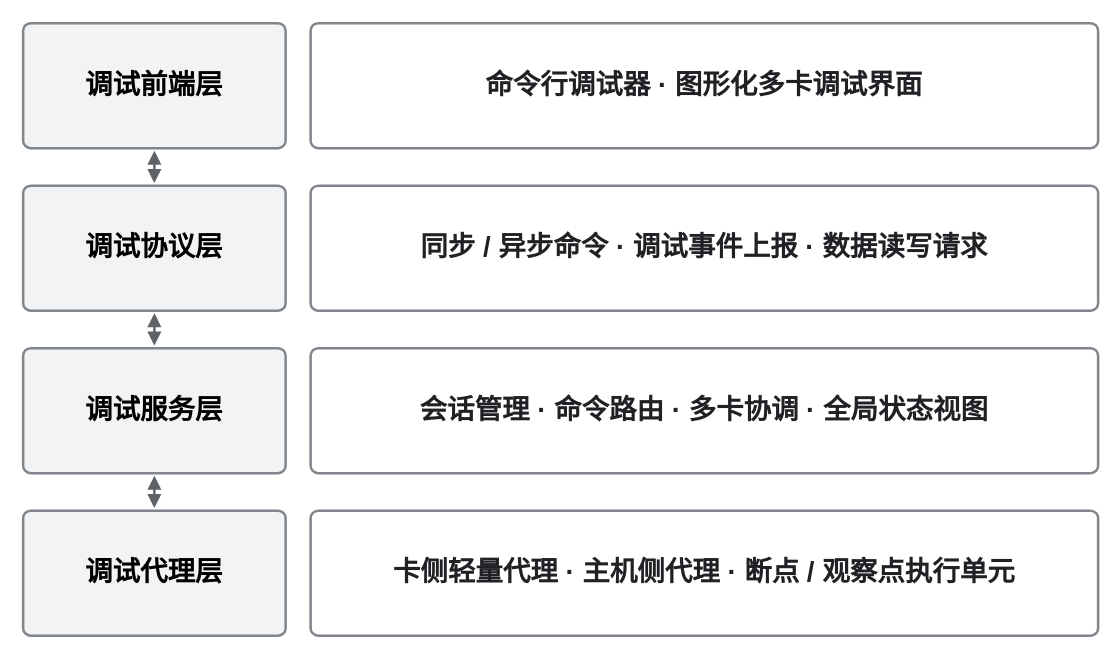
HanxuLiu/drawio-files keeps this draw.io diagram as page "调试工具模块分层结构" (4 of 7) of A3超节点设计方案插图.drawio. Above is the earlier version. Source tidied: cells renumbered, new cells numbered last; positions are measured from the earlier drawing's top-left corner, leaving out a move shared by most shapes. Both pictures are drawn from the tidied source at 125%, with x=0, y=0 at pixel (22, 22).
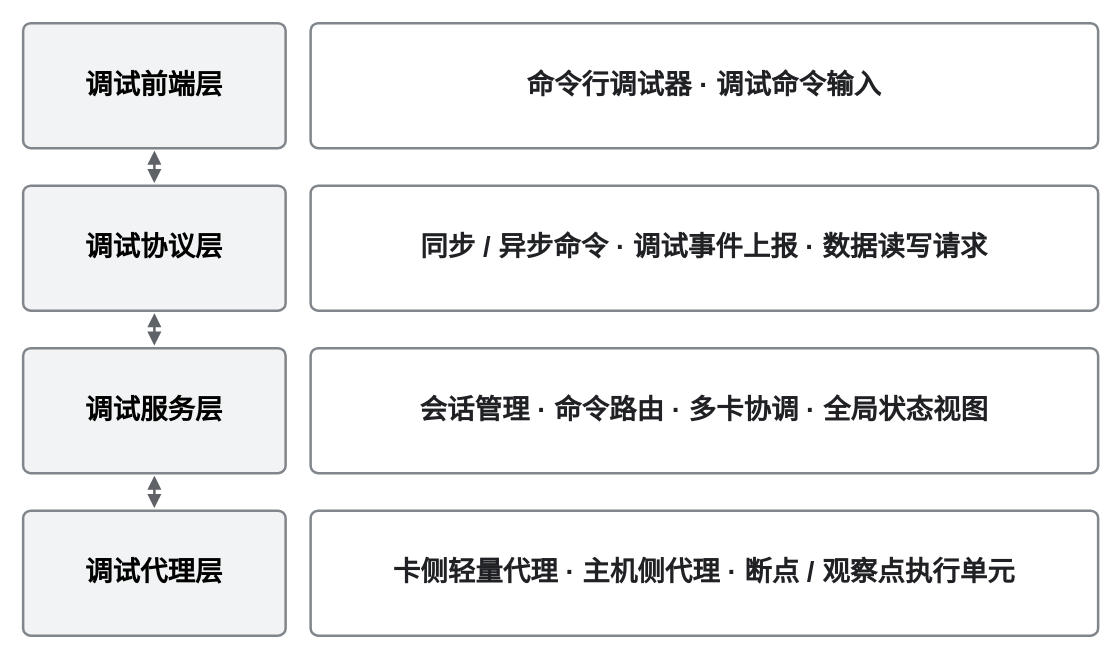
After the change.

What changed in the source:
```diff
@@
 <mxGraphModel>
   <root>
     <mxCell id="0" />
     <mxCell id="1" parent="0" />
     <mxCell id="2" value="调试前端层" style="rounded=1;arcSize=6;whiteSpace=wrap;html=1;fillColor=#F1F3F4;strokeColor=#80868B;strokeWidth=2;fontSize=22;fontColor=#000000;align=center;verticalAlign=middle;fontStyle=1;fontFamily=Helvetica;" parent="1" vertex="1">
       <mxGeometry width="210" height="100" as="geometry" />
     </mxCell>
-    <mxCell id="3" value="命令行调试器 · 图形化多卡调试界面" style="rounded=1;arcSize=6;whiteSpace=wrap;html=1;fillColor=#FFFFFF;strokeColor=#80868B;strokeWidth=2;fontSize=22;fontColor=#202124;align=center;verticalAlign=middle;fontFamily=Helvetica;fontStyle=1;" parent="1" vertex="1">
+    <mxCell id="3" value="命令行调试器 · 调试命令输入" style="rounded=1;arcSize=6;whiteSpace=wrap;html=1;fillColor=#FFFFFF;strokeColor=#80868B;strokeWidth=2;fontSize=22;fontColor=#202124;align=center;verticalAlign=middle;fontFamily=Helvetica;fontStyle=1;" parent="1" vertex="1">
       <mxGeometry x="230" width="630" height="100" as="geometry" />
     </mxCell>
     <mxCell id="4" value="调试协议层" style="rounded=1;arcSize=6;whiteSpace=wrap;html=1;fillColor=#F1F3F4;strokeColor=#80868B;strokeWidth=2;fontSize=22;fontColor=#000000;align=center;verticalAlign=middle;fontStyle=1;fontFamily=Helvetica;" parent="1" vertex="1">
       <mxGeometry y="130" width="210" height="100" as="geometry" />
     </mxCell>
     <mxCell id="5" value="同步 / 异步命令 · 调试事件上报 · 数据读写请求" style="rounded=1;arcSize=6;whiteSpace=wrap;html=1;fillColor=#FFFFFF;strokeColor=#80868B;strokeWidth=2;fontSize=22;fontColor=#202124;align=center;verticalAlign=middle;fontFamily=Helvetica;fontStyle=1;" parent="1" vertex="1">
       <mxGeometry x="230" y="130" width="630" height="100" as="geometry" />
     </mxCell>
     <mxCell id="6" style="edgeStyle=none;html=1;rounded=0;strokeColor=#5F6368;strokeWidth=2;startArrow=block;startFill=1;endArrow=block;endFill=1;fontSize=22;" parent="1" edge="1">
       <mxGeometry relative="1" as="geometry">
         <mxPoint x="105" y="102" as="sourcePoint" />
         <mxPoint x="105" y="128" as="targetPoint" />
       </mxGeometry>
     </mxCell>
     <mxCell id="7" value="调试服务层" style="rounded=1;arcSize=6;whiteSpace=wrap;html=1;fillColor=#F1F3F4;strokeColor=#80868B;strokeWidth=2;fontSize=22;fontColor=#000000;align=center;verticalAlign=middle;fontStyle=1;fontFamily=Helvetica;" parent="1" vertex="1">
       <mxGeometry y="260" width="210" height="100" as="geometry" />
     </mxCell>
     <mxCell id="8" value="会话管理 · 命令路由 · 多卡协调 · 全局状态视图" style="rounded=1;arcSize=6;whiteSpace=wrap;html=1;fillColor=#FFFFFF;strokeColor=#80868B;strokeWidth=2;fontSize=22;fontColor=#202124;align=center;verticalAlign=middle;fontFamily=Helvetica;fontStyle=1;" parent="1" vertex="1">
       <mxGeometry x="230" y="260" width="630" height="100" as="geometry" />
     </mxCell>
     <mxCell id="9" style="edgeStyle=none;html=1;rounded=0;strokeColor=#5F6368;strokeWidth=2;startArrow=block;startFill=1;endArrow=block;endFill=1;fontSize=22;" parent="1" edge="1">
       <mxGeometry relative="1" as="geometry">
         <mxPoint x="105" y="232" as="sourcePoint" />
         <mxPoint x="105" y="258" as="targetPoint" />
       </mxGeometry>
     </mxCell>
     <mxCell id="10" value="调试代理层" style="rounded=1;arcSize=6;whiteSpace=wrap;html=1;fillColor=#F1F3F4;strokeColor=#80868B;strokeWidth=2;fontSize=22;fontColor=#000000;align=center;verticalAlign=middle;fontStyle=1;fontFamily=Helvetica;" parent="1" vertex="1">
       <mxGeometry y="390" width="210" height="100" as="geometry" />
     </mxCell>
     <mxCell id="11" value="卡侧轻量代理 · 主机侧代理 · 断点 / 观察点执行单元" style="rounded=1;arcSize=6;whiteSpace=wrap;html=1;fillColor=#FFFFFF;strokeColor=#80868B;strokeWidth=2;fontSize=22;fontColor=#202124;align=center;verticalAlign=middle;fontFamily=Helvetica;fontStyle=1;" parent="1" vertex="1">
       <mxGeometry x="230" y="390" width="630" height="100" as="geometry" />
     </mxCell>
     <mxCell id="12" style="edgeStyle=none;html=1;rounded=0;strokeColor=#5F6368;strokeWidth=2;startArrow=block;startFill=1;endArrow=block;endFill=1;fontSize=22;" parent="1" edge="1">
       <mxGeometry relative="1" as="geometry">
         <mxPoint x="105" y="362" as="sourcePoint" />
         <mxPoint x="105" y="388" as="targetPoint" />
       </mxGeometry>
     </mxCell>
   </root>
 </mxGraphModel>
```
